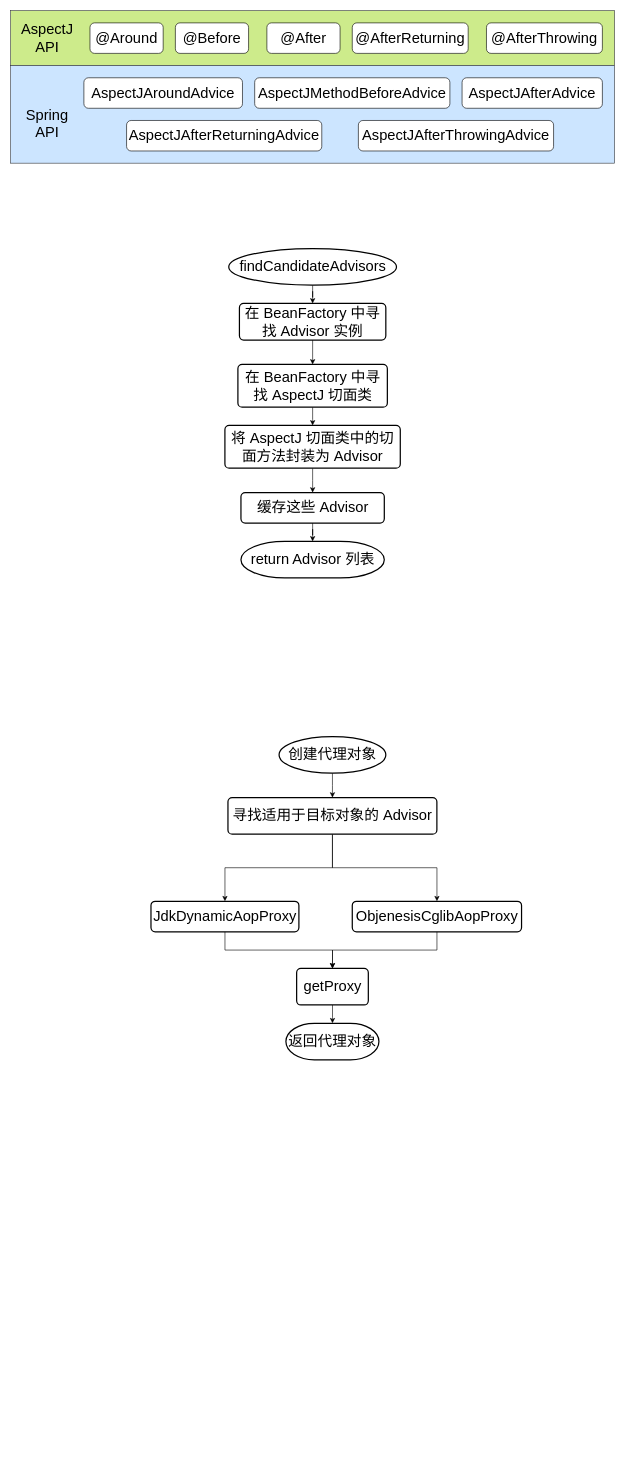
Above: spring/AOP-AspectJ-Advice.drawio in GitHeP/diagrams (draw.io), before the change. Source tidied: cells renumbered, new cells numbered last; positions are measured from the earlier drawing's top-left corner, leaving out a move shared by most shapes. Both pictures are drawn from the tidied source at 61%, with x=0, y=0 at pixel (10, 10).
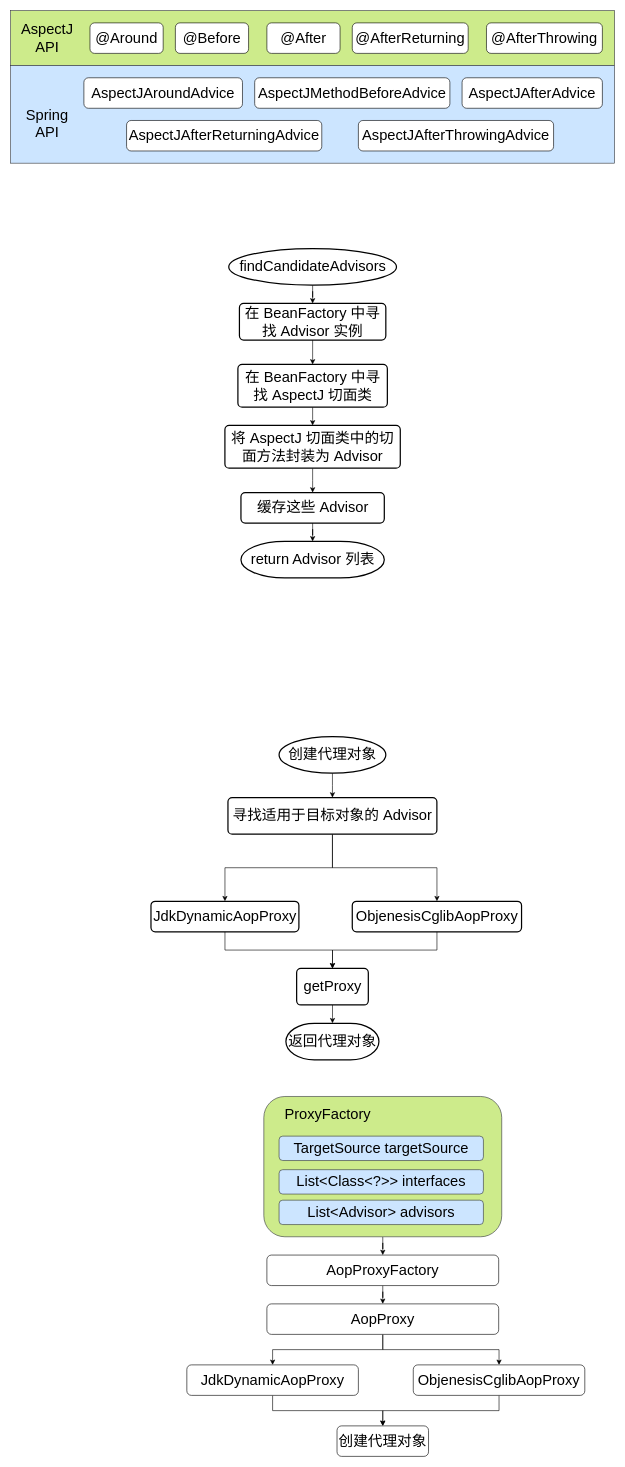
The same diagram, later.

Change to the diagram source:
```diff
@@
+    <mxCell id="39" style="edgeStyle=orthogonalEdgeStyle;rounded=0;jettySize=auto;html=1;fontSize=24;" parent="1" edge="1" source="40" target="46">
+      <mxGeometry relative="1" as="geometry" />
+    </mxCell>
+    <mxCell id="40" style="rounded=1;whiteSpace=wrap;html=1;fillColor=#cdeb8b;strokeColor=#36393d;" parent="1" vertex="1">
+      <mxGeometry x="415" y="1780" width="390" height="230" as="geometry" />
+    </mxCell>
+    <mxCell id="41" value="&lt;font style=&quot;font-size: 24px;&quot;&gt;ProxyFactory&lt;/font&gt;" style="text;html=1;strokeColor=none;fillColor=none;align=center;verticalAlign=middle;whiteSpace=wrap;rounded=0;" parent="1" vertex="1">
+      <mxGeometry x="445" y="1790" width="150" height="40" as="geometry" />
+    </mxCell>
+    <mxCell id="42" value="TargetSource&amp;nbsp;targetSource" style="rounded=1;whiteSpace=wrap;html=1;fontSize=24;fillColor=#cce5ff;strokeColor=#36393d;" parent="1" vertex="1">
+      <mxGeometry x="440" y="1845" width="335" height="40" as="geometry" />
+    </mxCell>
+    <mxCell id="43" value="List&amp;lt;Class&amp;lt;?&amp;gt;&amp;gt; interfaces" style="rounded=1;whiteSpace=wrap;html=1;fontSize=24;fillColor=#cce5ff;strokeColor=#36393d;" parent="1" vertex="1">
+      <mxGeometry x="440" y="1900" width="335" height="40" as="geometry" />
+    </mxCell>
+    <mxCell id="44" value="List&amp;lt;Advisor&amp;gt; advisors" style="rounded=1;whiteSpace=wrap;html=1;fontSize=24;fillColor=#cce5ff;strokeColor=#36393d;" parent="1" vertex="1">
+      <mxGeometry x="440" y="1950" width="335" height="40" as="geometry" />
+    </mxCell>
+    <mxCell id="45" style="edgeStyle=orthogonalEdgeStyle;rounded=0;jettySize=auto;html=1;entryX=0.5;entryY=0;entryDx=0;entryDy=0;fontSize=24;" parent="1" edge="1" source="46" target="49">
+      <mxGeometry relative="1" as="geometry" />
+    </mxCell>
+    <mxCell id="46" value="AopProxyFactory" style="rounded=1;whiteSpace=wrap;html=1;fontSize=24;" parent="1" vertex="1">
+      <mxGeometry x="420" y="2040" width="380" height="50" as="geometry" />
+    </mxCell>
+    <mxCell id="47" style="edgeStyle=orthogonalEdgeStyle;rounded=0;jettySize=auto;html=1;entryX=0.5;entryY=0;entryDx=0;entryDy=0;fontSize=24;" parent="1" edge="1" source="49" target="51">
+      <mxGeometry relative="1" as="geometry" />
+    </mxCell>
+    <mxCell id="48" style="edgeStyle=orthogonalEdgeStyle;rounded=0;jettySize=auto;html=1;fontSize=24;" parent="1" edge="1" source="49" target="53">
+      <mxGeometry relative="1" as="geometry" />
+    </mxCell>
+    <mxCell id="49" value="AopProxy" style="rounded=1;whiteSpace=wrap;html=1;fontSize=24;" parent="1" vertex="1">
+      <mxGeometry x="420" y="2120" width="380" height="50" as="geometry" />
+    </mxCell>
+    <mxCell id="50" style="edgeStyle=orthogonalEdgeStyle;rounded=0;jettySize=auto;html=1;fontSize=24;" parent="1" edge="1" source="51" target="54">
+      <mxGeometry relative="1" as="geometry" />
+    </mxCell>
+    <mxCell id="51" value="JdkDynamicAopProxy" style="rounded=1;whiteSpace=wrap;html=1;fontSize=24;" parent="1" vertex="1">
+      <mxGeometry x="288.8" y="2220" width="281.2" height="50" as="geometry" />
+    </mxCell>
+    <mxCell id="52" style="edgeStyle=orthogonalEdgeStyle;rounded=0;jettySize=auto;html=1;entryX=0.5;entryY=0;entryDx=0;entryDy=0;fontSize=24;" parent="1" edge="1" source="53" target="54">
+      <mxGeometry relative="1" as="geometry" />
+    </mxCell>
+    <mxCell id="53" value="ObjenesisCglibAopProxy" style="rounded=1;whiteSpace=wrap;html=1;fontSize=24;" parent="1" vertex="1">
+      <mxGeometry x="660" y="2220" width="281.2" height="50" as="geometry" />
+    </mxCell>
+    <mxCell id="54" value="创建代理对象" style="rounded=1;whiteSpace=wrap;html=1;fontSize=24;" parent="1" vertex="1">
+      <mxGeometry x="535" y="2320" width="150" height="50" as="geometry" />
+    </mxCell>
```
